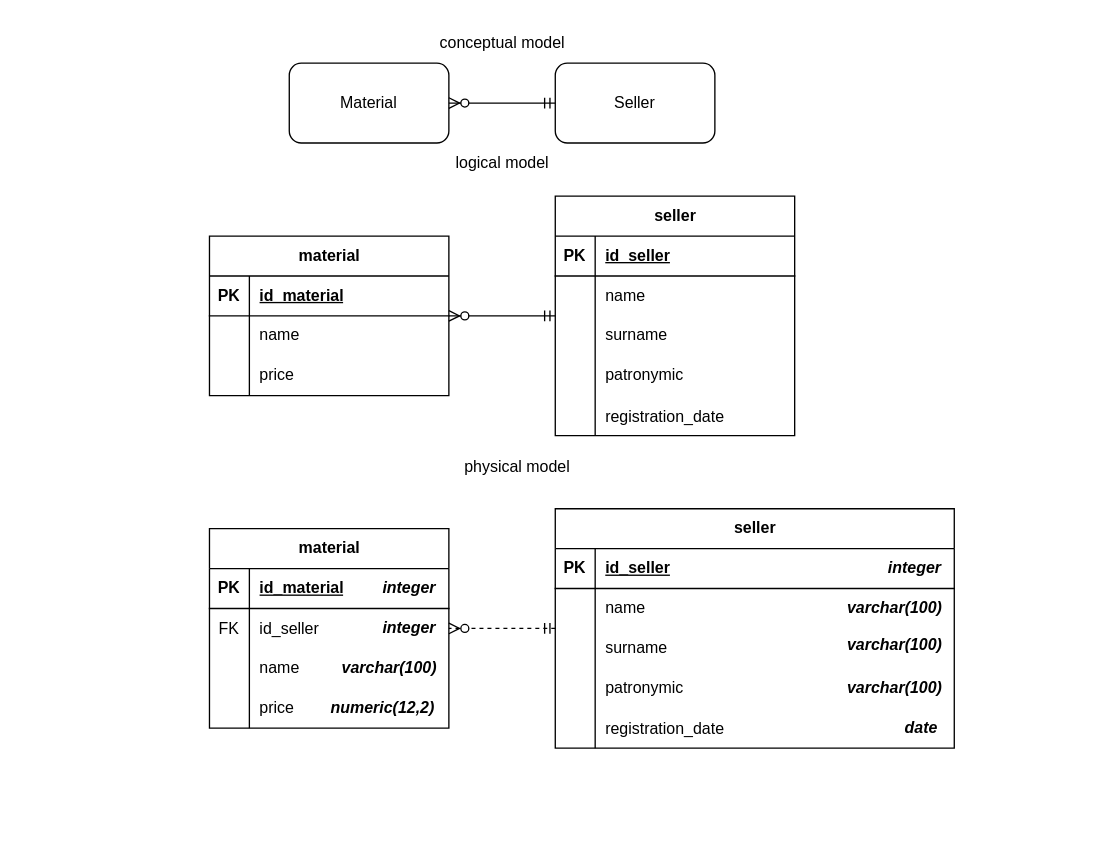
This is db models.drawio from kuznecovfedor/miactest, a draw.io file, before an edit. Source tidied: cells renumbered, new cells numbered last; positions are measured from the earlier drawing's top-left corner, leaving out a move shared by most shapes. Both pictures are drawn from the tidied source at 133%, with x=0, y=0 at pixel (209, 23).
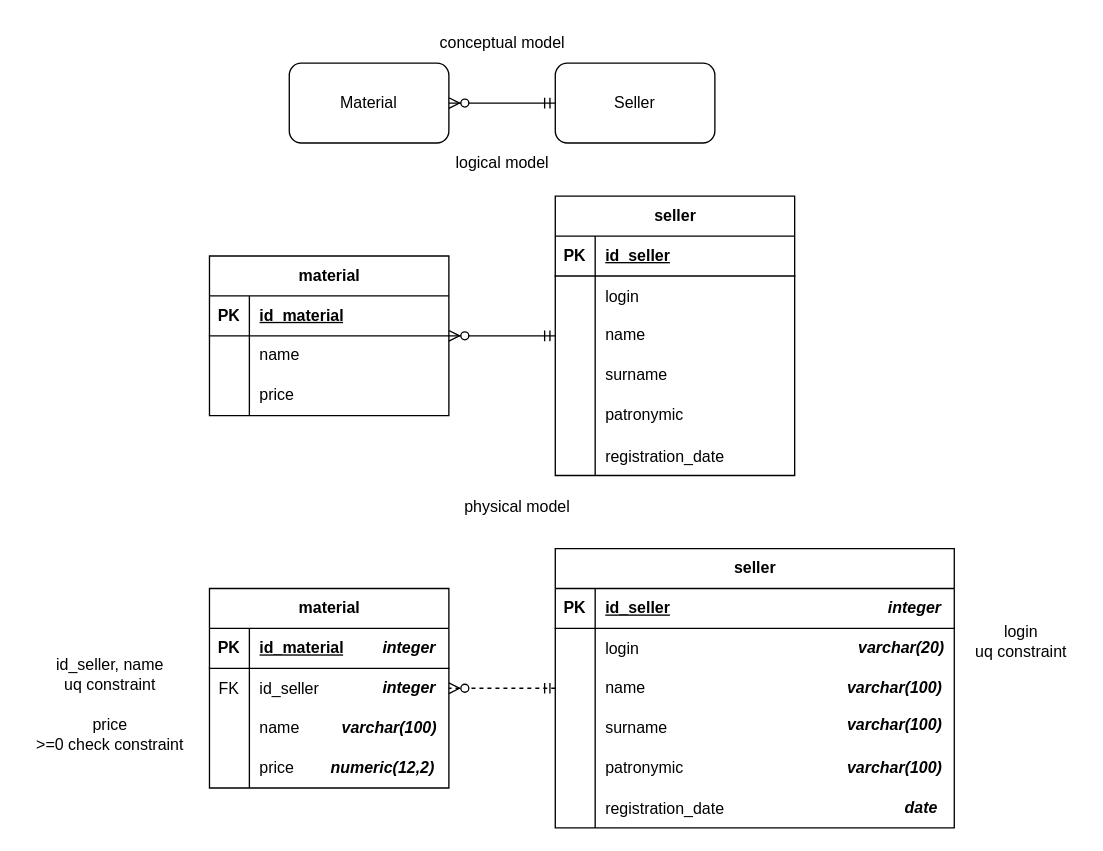
Above is the later version.

The edit, as a diff of the source:
```diff
@@
     <mxCell id="7" value="material" style="shape=table;startSize=30;childLayout=tableLayout;rowLines=0;fontStyle=1;align=center;html=1;" parent="1" vertex="1">
-      <mxGeometry y="160" width="180" height="120" as="geometry" />
+      <mxGeometry y="175" width="180" height="120" as="geometry" />
     </mxCell>
@@
     <mxCell id="17" value="seller" style="shape=table;startSize=30;childLayout=tableLayout;rowLines=0;fontStyle=1;align=center;html=1;" parent="1" vertex="1">
-      <mxGeometry x="260" y="130" width="180" height="180" as="geometry" />
+      <mxGeometry x="260" y="130" width="180" height="210" as="geometry" />
     </mxCell>
@@
+    <mxCell id="74" style="shape=tableRow;horizontal=0;startSize=0;swimlaneHead=0;swimlaneBody=0;fillColor=none;top=0;left=0;right=0;bottom=0;" parent="17" vertex="1">
+      <mxGeometry y="60" width="180" height="30" as="geometry" />
+    </mxCell>
+    <mxCell id="75" style="shape=partialRectangle;fillColor=none;top=0;left=0;bottom=0;right=0;overflow=hidden;" parent="74" vertex="1">
+      <mxGeometry width="30" height="30" as="geometry" />
+    </mxCell>
+    <mxCell id="76" value="login" style="shape=partialRectangle;fillColor=none;top=0;left=0;bottom=0;right=0;align=left;spacingLeft=6;overflow=hidden;" parent="74" vertex="1">
+      <mxGeometry x="30" width="150" height="30" as="geometry" />
+    </mxCell>
     <mxCell id="21" style="shape=tableRow;horizontal=0;startSize=0;swimlaneHead=0;swimlaneBody=0;fillColor=none;top=0;left=0;right=0;bottom=0;" parent="17" vertex="1">
-      <mxGeometry y="60" width="180" height="30" as="geometry" />
+      <mxGeometry y="90" width="180" height="30" as="geometry" />
     </mxCell>
@@
     <mxCell id="24" style="shape=tableRow;horizontal=0;startSize=0;swimlaneHead=0;swimlaneBody=0;fillColor=none;top=0;left=0;right=0;bottom=0;" parent="17" vertex="1">
-      <mxGeometry y="90" width="180" height="30" as="geometry" />
+      <mxGeometry y="120" width="180" height="30" as="geometry" />
     </mxCell>
@@
     <mxCell id="27" style="shape=tableRow;horizontal=0;startSize=0;swimlaneHead=0;swimlaneBody=0;fillColor=none;top=0;left=0;right=0;bottom=0;" parent="17" vertex="1">
-      <mxGeometry y="120" width="180" height="30" as="geometry" />
+      <mxGeometry y="150" width="180" height="30" as="geometry" />
     </mxCell>
@@
     <mxCell id="30" style="shape=tableRow;horizontal=0;startSize=0;swimlaneHead=0;swimlaneBody=0;fillColor=none;top=0;left=0;right=0;bottom=0;" parent="17" vertex="1">
-      <mxGeometry y="150" width="180" height="30" as="geometry" />
+      <mxGeometry y="180" width="180" height="30" as="geometry" />
     </mxCell>
@@
     <mxCell id="34" value="physical model" style="text;whiteSpace=wrap;" parent="1" vertex="1">
-      <mxGeometry x="190" y="320" width="90" height="40" as="geometry" />
+      <mxGeometry x="190" y="350" width="90" height="40" as="geometry" />
     </mxCell>
     <mxCell id="35" value="material" style="shape=table;startSize=30;childLayout=tableLayout;rowLines=0;fontStyle=1;align=center;html=1;" parent="1" vertex="1">
-      <mxGeometry y="380" width="180" height="150" as="geometry" />
+      <mxGeometry y="425" width="180" height="150" as="geometry" />
     </mxCell>
@@
     <mxCell id="48" value="seller" style="shape=table;startSize=30;childLayout=tableLayout;rowLines=0;fontStyle=1;align=center;html=1;" parent="1" vertex="1">
-      <mxGeometry x="260" y="365" width="300" height="180" as="geometry" />
+      <mxGeometry x="260" y="395" width="300" height="210" as="geometry" />
     </mxCell>
@@
+    <mxCell id="77" style="shape=tableRow;horizontal=0;startSize=0;swimlaneHead=0;swimlaneBody=0;fillColor=none;top=0;left=0;right=0;bottom=0;" parent="48" vertex="1">
+      <mxGeometry y="60" width="300" height="30" as="geometry" />
+    </mxCell>
+    <mxCell id="78" style="shape=partialRectangle;fillColor=none;top=0;left=0;bottom=0;right=0;overflow=hidden;" parent="77" vertex="1">
+      <mxGeometry width="30" height="30" as="geometry" />
+    </mxCell>
+    <mxCell id="79" value="login" style="shape=partialRectangle;fillColor=none;top=0;left=0;bottom=0;right=0;align=left;spacingLeft=6;overflow=hidden;" parent="77" vertex="1">
+      <mxGeometry x="30" width="270" height="30" as="geometry" />
+    </mxCell>
     <mxCell id="52" style="shape=tableRow;horizontal=0;startSize=0;swimlaneHead=0;swimlaneBody=0;fillColor=none;top=0;left=0;right=0;bottom=0;" parent="48" vertex="1">
-      <mxGeometry y="60" width="300" height="30" as="geometry" />
+      <mxGeometry y="90" width="300" height="30" as="geometry" />
     </mxCell>
@@
     <mxCell id="55" style="shape=tableRow;horizontal=0;startSize=0;swimlaneHead=0;swimlaneBody=0;fillColor=none;top=0;left=0;right=0;bottom=0;" parent="48" vertex="1">
-      <mxGeometry y="90" width="300" height="30" as="geometry" />
+      <mxGeometry y="120" width="300" height="30" as="geometry" />
     </mxCell>
@@
     <mxCell id="58" style="shape=tableRow;horizontal=0;startSize=0;swimlaneHead=0;swimlaneBody=0;fillColor=none;top=0;left=0;right=0;bottom=0;" parent="48" vertex="1">
-      <mxGeometry y="120" width="300" height="30" as="geometry" />
+      <mxGeometry y="150" width="300" height="30" as="geometry" />
     </mxCell>
@@
     <mxCell id="61" style="shape=tableRow;horizontal=0;startSize=0;swimlaneHead=0;swimlaneBody=0;fillColor=none;top=0;left=0;right=0;bottom=0;" parent="48" vertex="1">
-      <mxGeometry y="150" width="300" height="30" as="geometry" />
+      <mxGeometry y="180" width="300" height="30" as="geometry" />
     </mxCell>
@@
     <mxCell id="65" value="&lt;b&gt;&lt;i&gt;integer&lt;/i&gt;&lt;/b&gt;" style="text;html=1;align=center;verticalAlign=middle;strokeColor=none;fillColor=none;" parent="1" vertex="1">
-      <mxGeometry x="120" y="410" width="60" height="30" as="geometry" />
+      <mxGeometry x="120" y="455" width="60" height="30" as="geometry" />
     </mxCell>
     <mxCell id="66" value="&lt;b&gt;&lt;i&gt;integer&lt;/i&gt;&lt;/b&gt;" style="text;html=1;align=center;verticalAlign=middle;strokeColor=none;fillColor=none;" parent="1" vertex="1">
-      <mxGeometry x="120" y="440" width="60" height="30" as="geometry" />
+      <mxGeometry x="120" y="485" width="60" height="30" as="geometry" />
     </mxCell>
     <mxCell id="67" value="&lt;b&gt;&lt;i&gt;integer&lt;/i&gt;&lt;/b&gt;" style="text;html=1;align=center;verticalAlign=middle;strokeColor=none;fillColor=none;" parent="1" vertex="1">
-      <mxGeometry x="500" y="395" width="60" height="30" as="geometry" />
+      <mxGeometry x="500" y="425" width="60" height="30" as="geometry" />
     </mxCell>
     <mxCell id="68" value="varchar(100)" style="text;html=1;align=center;verticalAlign=middle;strokeColor=none;fillColor=none;fontStyle=3;" parent="1" vertex="1">
-      <mxGeometry x="90" y="470" width="90" height="30" as="geometry" />
+      <mxGeometry x="90" y="515" width="90" height="30" as="geometry" />
     </mxCell>
     <mxCell id="69" value="numeric(12,2)" style="text;html=1;align=center;verticalAlign=middle;strokeColor=none;fillColor=none;fontStyle=3;" parent="1" vertex="1">
-      <mxGeometry x="80" y="500" width="100" height="30" as="geometry" />
+      <mxGeometry x="80" y="545" width="100" height="30" as="geometry" />
     </mxCell>
     <mxCell id="70" value="varchar(100)" style="text;html=1;align=center;verticalAlign=middle;strokeColor=none;fillColor=none;fontStyle=3;" parent="1" vertex="1">
-      <mxGeometry x="470" y="425" width="90" height="30" as="geometry" />
+      <mxGeometry x="470" y="485" width="90" height="30" as="geometry" />
     </mxCell>
     <mxCell id="71" value="varchar(100)" style="text;html=1;align=center;verticalAlign=middle;strokeColor=none;fillColor=none;fontStyle=3;" parent="1" vertex="1">
-      <mxGeometry x="470" y="453" width="90" height="30" as="geometry" />
+      <mxGeometry x="470" y="513" width="90" height="30" as="geometry" />
     </mxCell>
     <mxCell id="72" value="varchar(100)" style="text;html=1;align=center;verticalAlign=middle;strokeColor=none;fillColor=none;fontStyle=3;" parent="1" vertex="1">
-      <mxGeometry x="470" y="485" width="90" height="30" as="geometry" />
+      <mxGeometry x="470" y="545" width="90" height="30" as="geometry" />
     </mxCell>
     <mxCell id="73" value="&lt;i&gt;&lt;b&gt;date&lt;/b&gt;&lt;/i&gt;" style="text;html=1;align=center;verticalAlign=middle;strokeColor=none;fillColor=none;" parent="1" vertex="1">
-      <mxGeometry x="510" y="515" width="50" height="30" as="geometry" />
+      <mxGeometry x="510" y="575" width="50" height="30" as="geometry" />
     </mxCell>
+    <mxCell id="80" value="id_seller, name&lt;br&gt;uq constraint" style="text;html=1;align=center;verticalAlign=middle;strokeColor=none;fillColor=none;" parent="1" vertex="1">
+      <mxGeometry x="-125" y="470" width="100" height="40" as="geometry" />
+    </mxCell>
+    <mxCell id="81" value="price&lt;br&gt;&amp;gt;=0 check constraint" style="text;html=1;align=center;verticalAlign=middle;strokeColor=none;fillColor=none;" parent="1" vertex="1">
+      <mxGeometry x="-140" y="515" width="130" height="40" as="geometry" />
+    </mxCell>
+    <mxCell id="82" value="varchar(20)" style="text;html=1;align=center;verticalAlign=middle;strokeColor=none;fillColor=none;fontStyle=3;" parent="1" vertex="1">
+      <mxGeometry x="475" y="455" width="90" height="30" as="geometry" />
+    </mxCell>
+    <mxCell id="83" value="login&lt;br&gt;uq constraint" style="text;html=1;align=center;verticalAlign=middle;strokeColor=none;fillColor=none;" parent="1" vertex="1">
+      <mxGeometry x="565" y="445" width="90" height="40" as="geometry" />
+    </mxCell>
```
